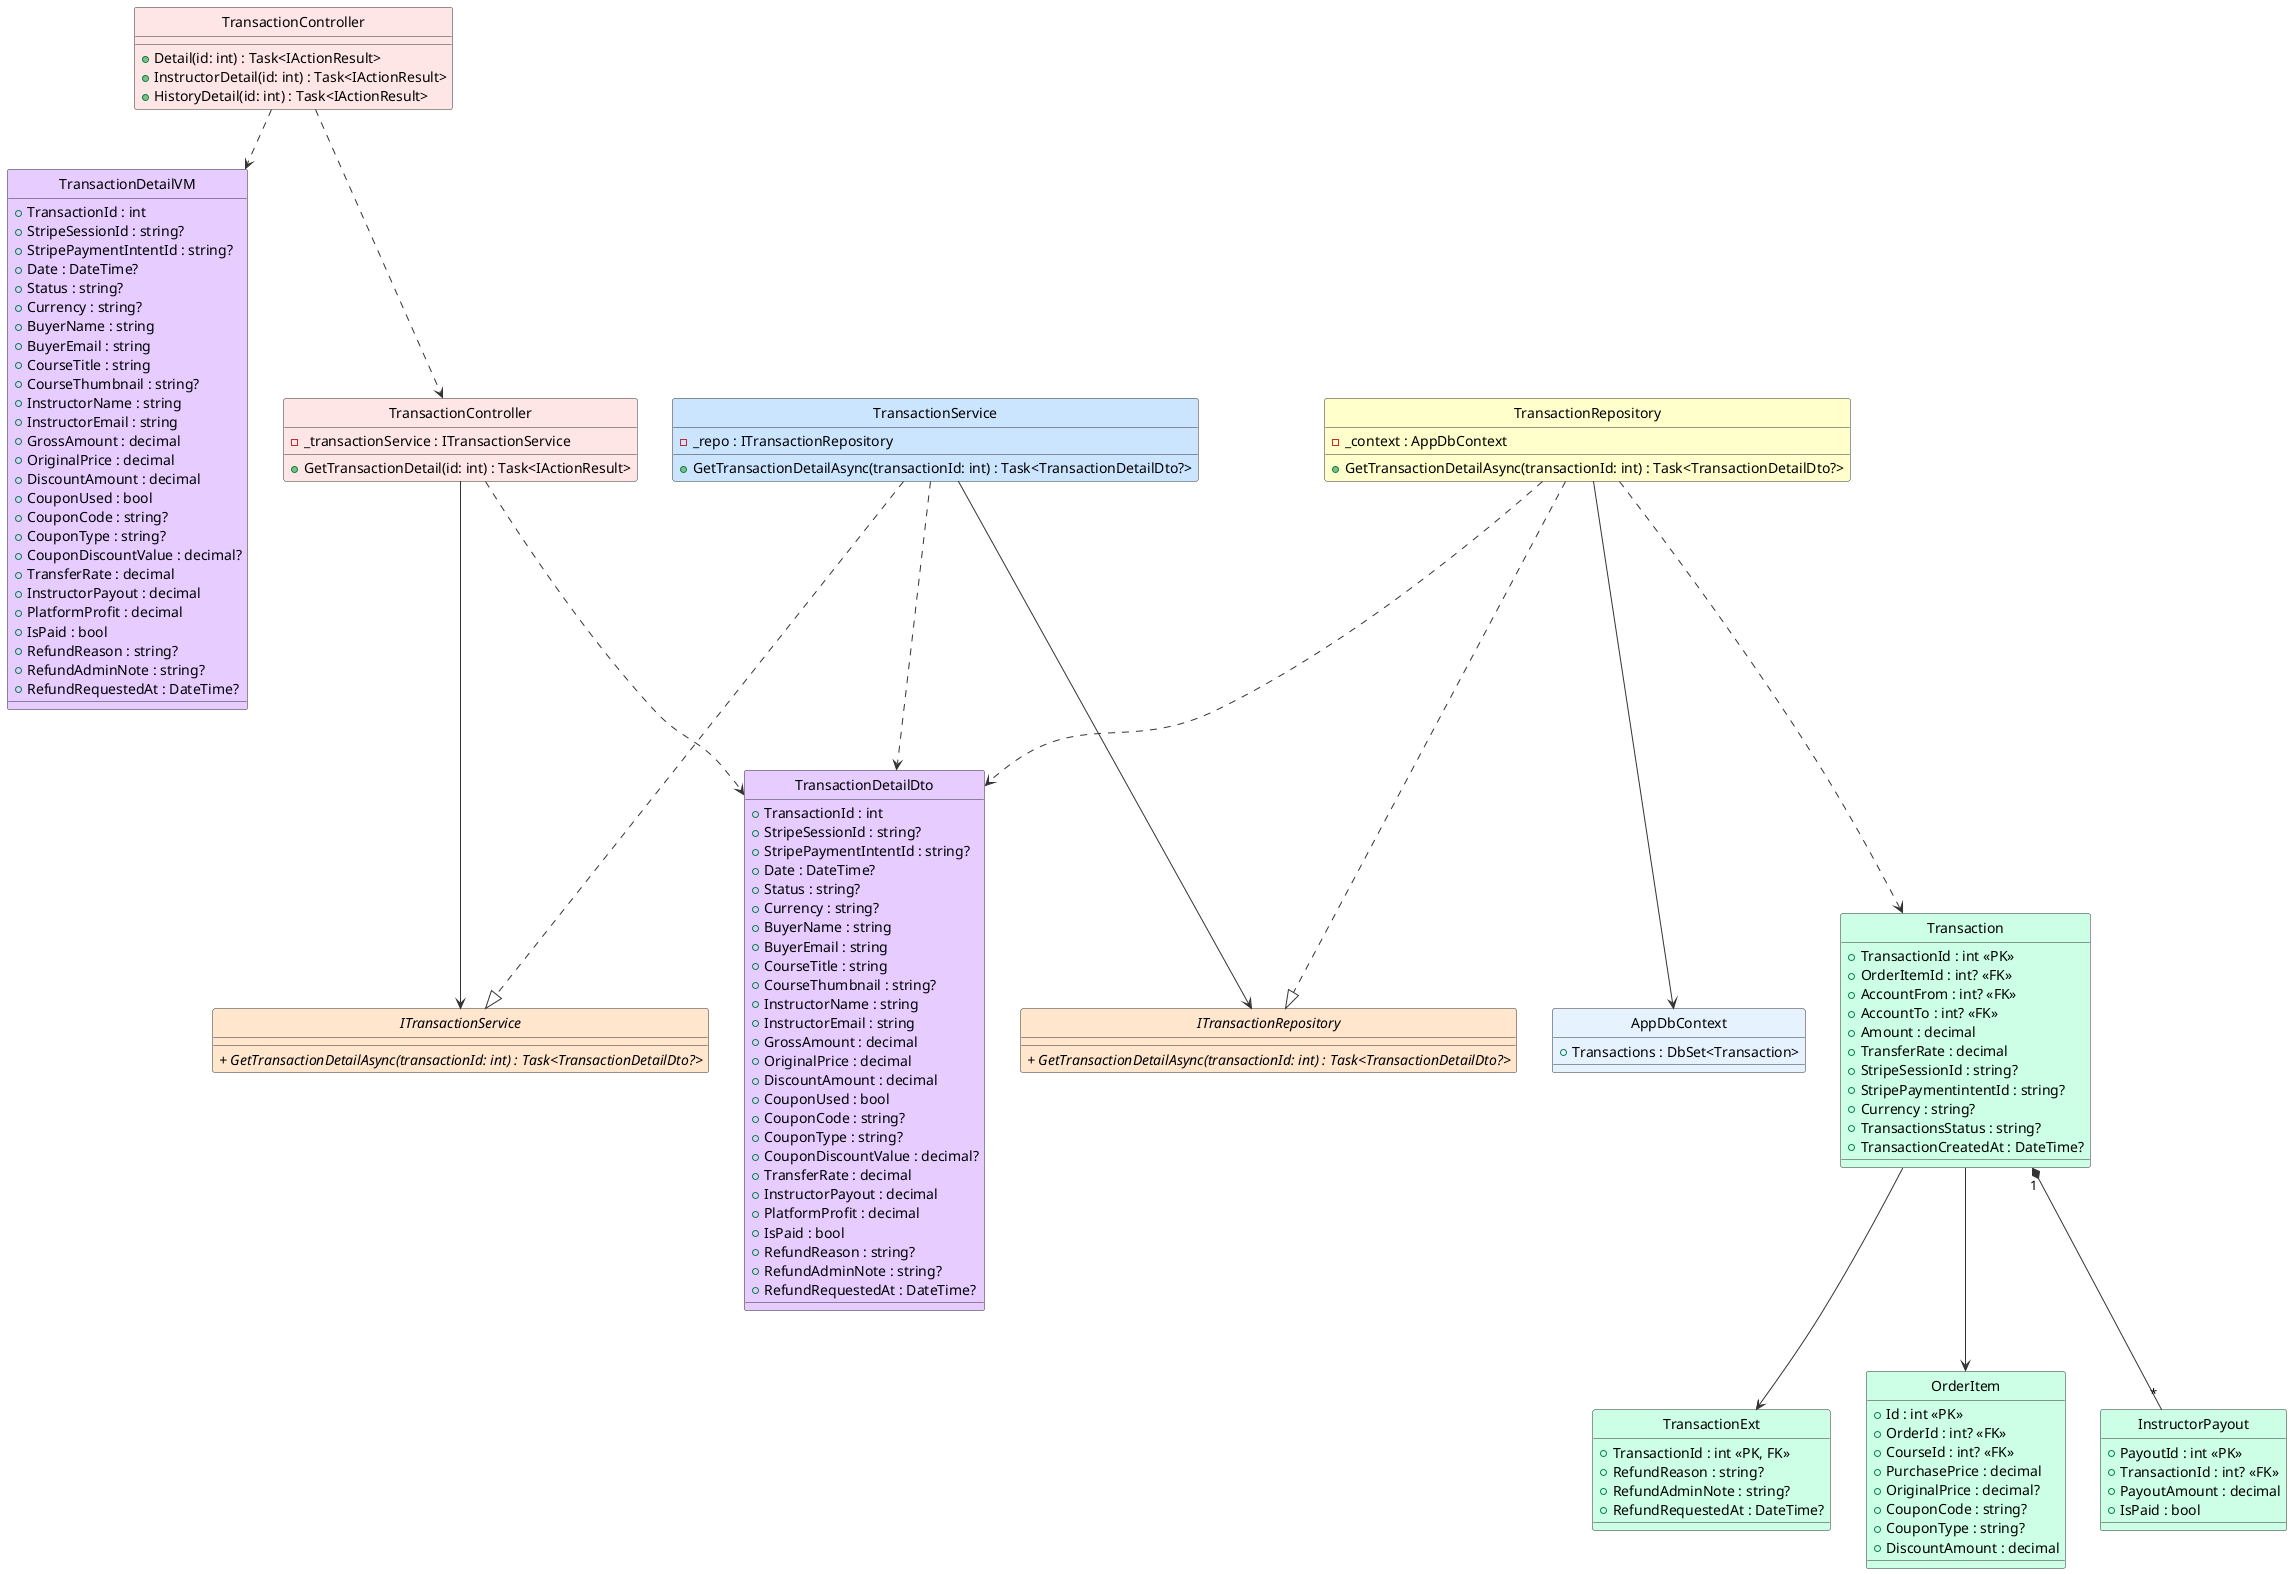
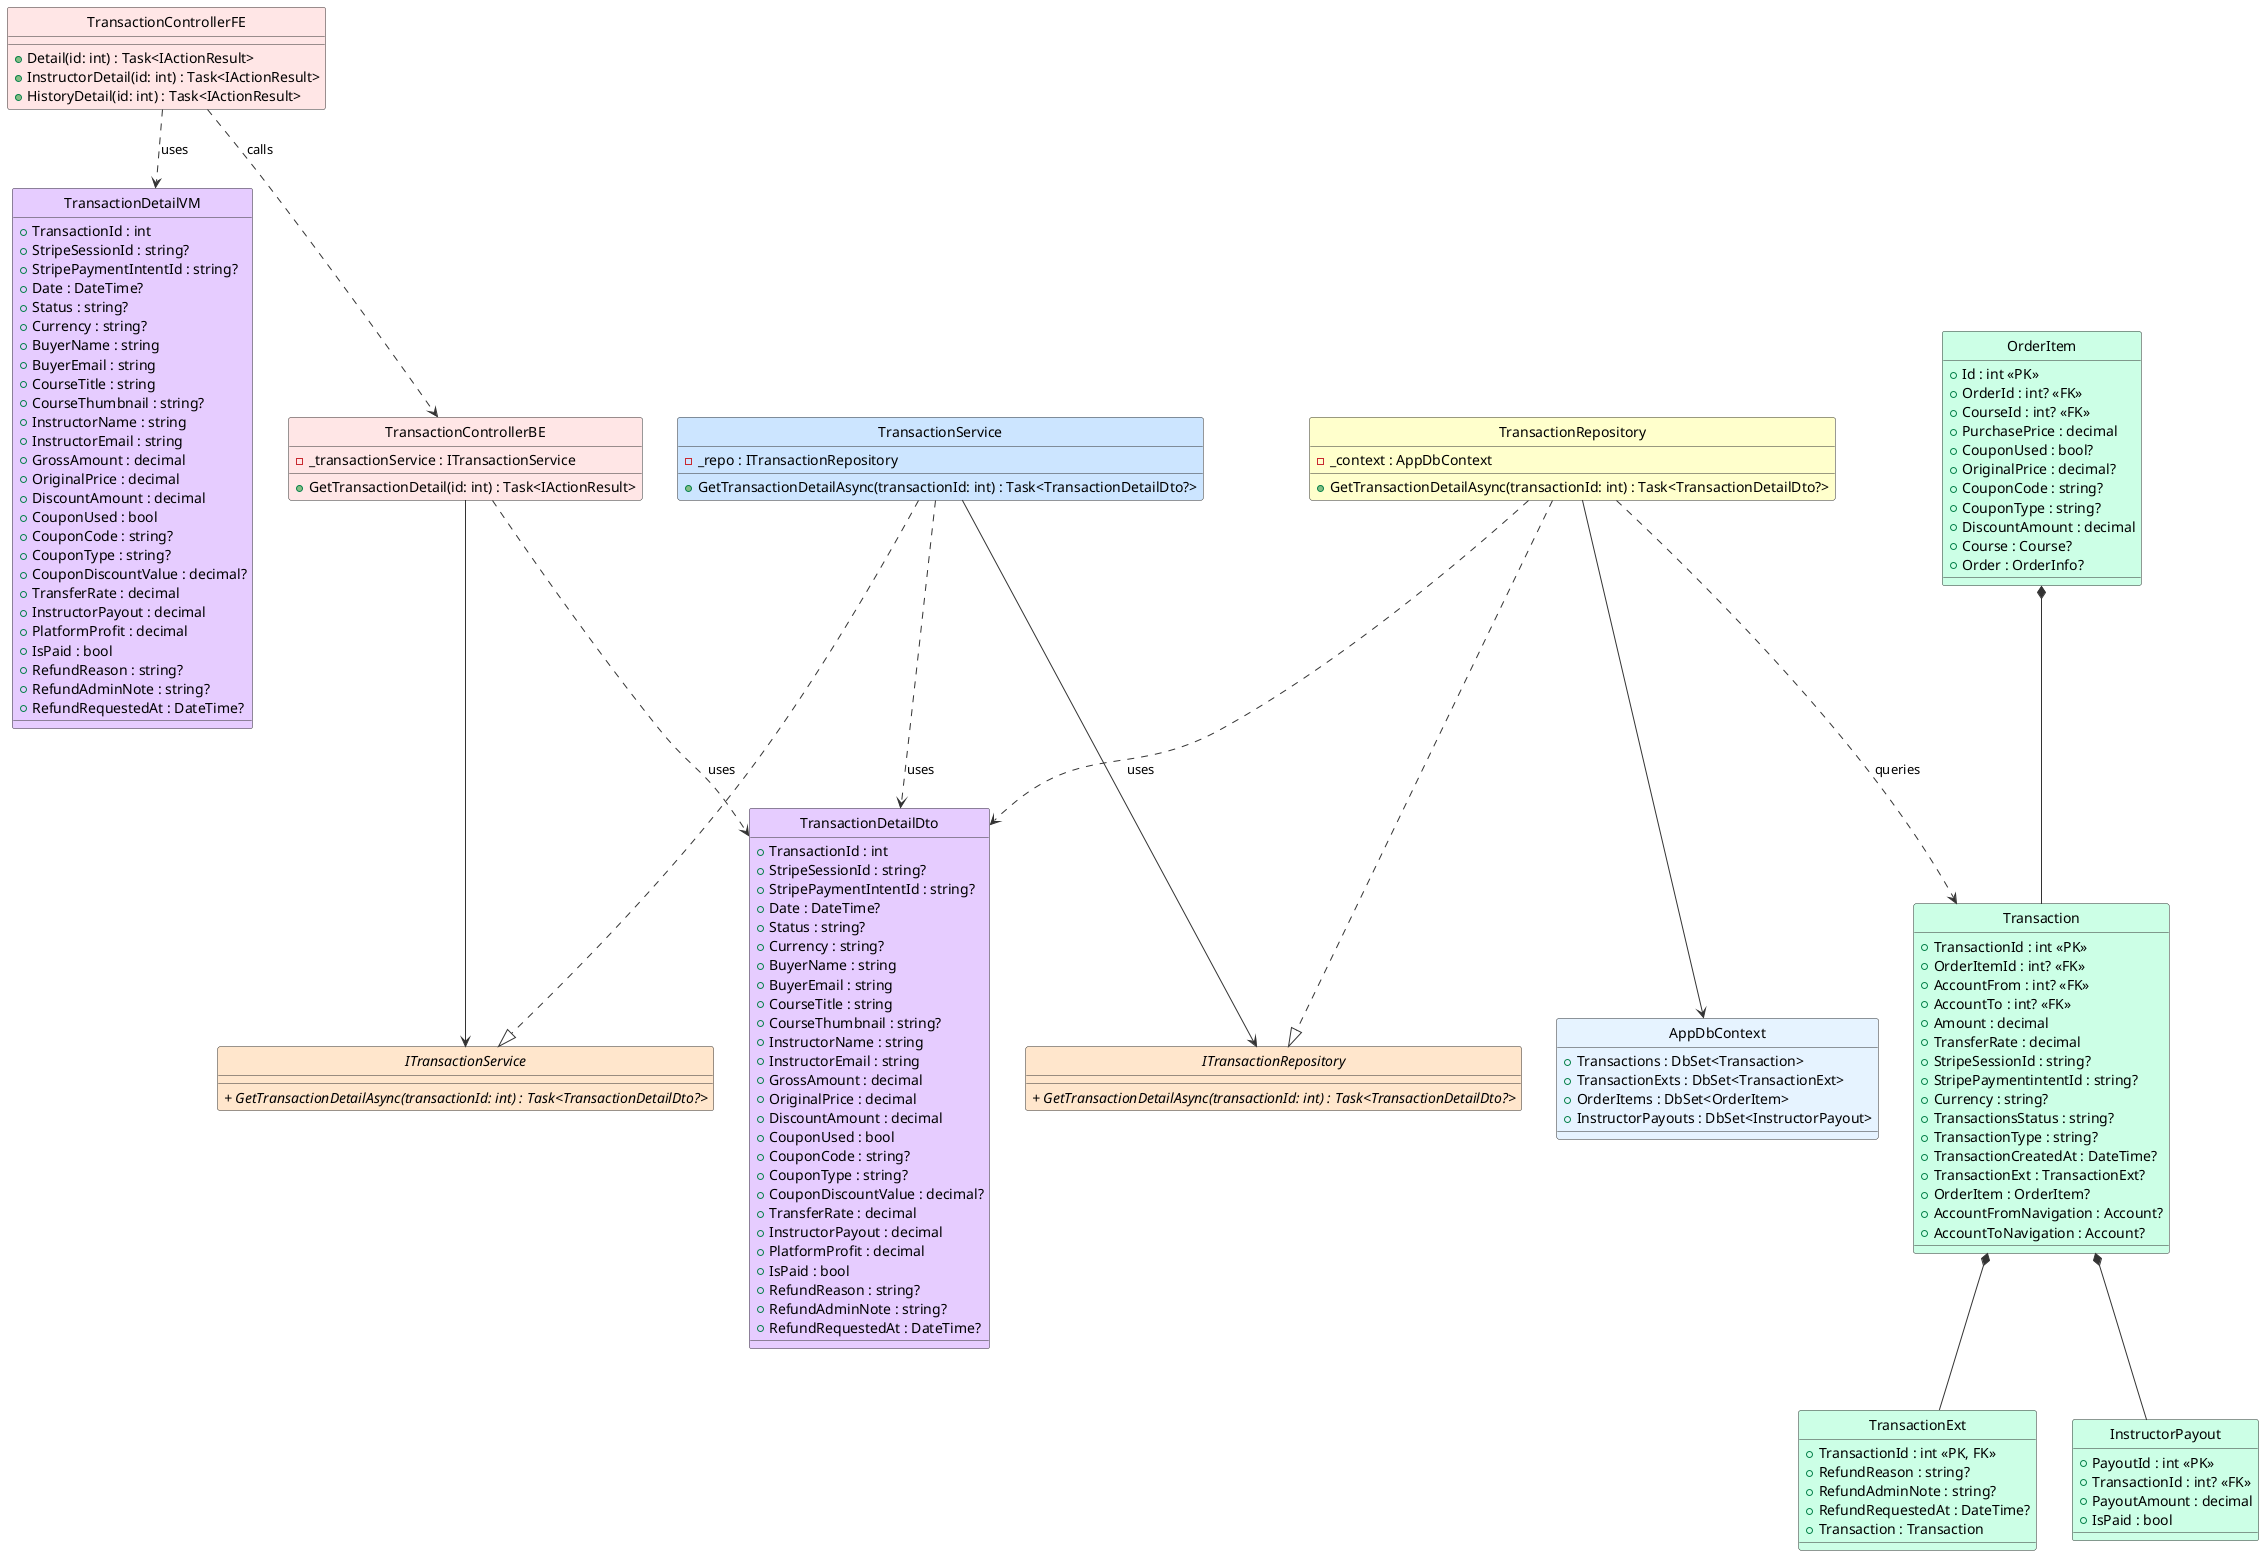
@startuml ViewTransactionDetail_ClassDiagram

' Styling & Settings
skinparam style strictuml
skinparam shadowing false
skinparam class {
    BackgroundColor White
    BorderColor #1A73E8
    ArrowColor #5F6368
}

!define ABSTRACT_COLOR #FFE6CC
!define SERVICE_COLOR #CCE5FF
!define DTO_COLOR #E6CCFF
!define ENTITY_COLOR #CCFFE6
!define REPOSITORY_COLOR #FFFFCC
!define CONTROLLER_COLOR #FFE6E6
- !define DbContext #E6F3FF

skinparam backgroundColor #FFFFFF
skinparam classBackgroundColor #F9F9F9
skinparam classBorderColor #333333
skinparam arrowColor #333333

' ==================== FRONTEND ====================

- class "TransactionController" as TransactionControllerFE #FFE6E6 {
+ class TransactionControllerFE #FFE6E6 {
    + Detail(id: int) : Task<IActionResult>
    + InstructorDetail(id: int) : Task<IActionResult>
    + HistoryDetail(id: int) : Task<IActionResult>
}

class TransactionDetailVM #E6CCFF {
    + TransactionId : int
    + StripeSessionId : string?
    + StripePaymentIntentId : string?
    + Date : DateTime?
    + Status : string?
    + Currency : string?
    + BuyerName : string
    + BuyerEmail : string
    + CourseTitle : string
    + CourseThumbnail : string?
    + InstructorName : string
    + InstructorEmail : string
    + GrossAmount : decimal
    + OriginalPrice : decimal
    + DiscountAmount : decimal
    + CouponUsed : bool
    + CouponCode : string?
    + CouponType : string?
    + CouponDiscountValue : decimal?
    + TransferRate : decimal
    + InstructorPayout : decimal
    + PlatformProfit : decimal
    + IsPaid : bool
    + RefundReason : string?
    + RefundAdminNote : string?
    + RefundRequestedAt : DateTime?
}

' ==================== BACKEND - CONTROLLER ====================

- class "TransactionController" as TransactionControllerBE #FFE6E6 {
+ class TransactionControllerBE #FFE6E6 {
    - _transactionService : ITransactionService
    + GetTransactionDetail(id: int) : Task<IActionResult>
}

' ==================== BACKEND - DTOs ====================

class TransactionDetailDto #E6CCFF {
    + TransactionId : int
    + StripeSessionId : string?
    + StripePaymentIntentId : string?
    + Date : DateTime?
    + Status : string?
    + Currency : string?
    + BuyerName : string
    + BuyerEmail : string
    + CourseTitle : string
    + CourseThumbnail : string?
    + InstructorName : string
    + InstructorEmail : string
    + GrossAmount : decimal
    + OriginalPrice : decimal
    + DiscountAmount : decimal
    + CouponUsed : bool
    + CouponCode : string?
    + CouponType : string?
    + CouponDiscountValue : decimal?
    + TransferRate : decimal
    + InstructorPayout : decimal
    + PlatformProfit : decimal
    + IsPaid : bool
    + RefundReason : string?
    + RefundAdminNote : string?
    + RefundRequestedAt : DateTime?
}

' ==================== BACKEND - DOMAIN ENTITIES ====================

class Transaction #CCFFE6 {
    + TransactionId : int <<PK>>
    + OrderItemId : int? <<FK>>
    + AccountFrom : int? <<FK>>
    + AccountTo : int? <<FK>>
    + Amount : decimal
    + TransferRate : decimal
    + StripeSessionId : string?
    + StripePaymentintentId : string?
    + Currency : string?
    + TransactionsStatus : string?
+     + TransactionType : string?
    + TransactionCreatedAt : DateTime?
+     + TransactionExt : TransactionExt?
+     + OrderItem : OrderItem?
+     + AccountFromNavigation : Account?
+     + AccountToNavigation : Account?
}

class TransactionExt #CCFFE6 {
    + TransactionId : int <<PK, FK>>
    + RefundReason : string?
    + RefundAdminNote : string?
    + RefundRequestedAt : DateTime?
+     + Transaction : Transaction
}

class OrderItem #CCFFE6 {
    + Id : int <<PK>>
    + OrderId : int? <<FK>>
    + CourseId : int? <<FK>>
    + PurchasePrice : decimal
+     + CouponUsed : bool?
    + OriginalPrice : decimal?
    + CouponCode : string?
    + CouponType : string?
    + DiscountAmount : decimal
+     + Course : Course?
+     + Order : OrderInfo?
}

class InstructorPayout #CCFFE6 {
    + PayoutId : int <<PK>>
    + TransactionId : int? <<FK>>
    + PayoutAmount : decimal
    + IsPaid : bool
}

' ==================== BACKEND - SERVICE INTERFACES ====================

interface ITransactionService #FFE6CC {
    //+ GetTransactionDetailAsync(transactionId: int) : Task<TransactionDetailDto?>//
}

' ==================== BACKEND - REPOSITORY INTERFACES ====================

interface ITransactionRepository #FFE6CC {
    //+ GetTransactionDetailAsync(transactionId: int) : Task<TransactionDetailDto?>//
}

' ==================== BACKEND - SERVICE IMPLEMENTATION ====================

class TransactionService #CCE5FF {
    - _repo : ITransactionRepository
    + GetTransactionDetailAsync(transactionId: int) : Task<TransactionDetailDto?>
}

' ==================== BACKEND - REPOSITORY IMPLEMENTATION ====================

class TransactionRepository #FFFFCC {
    - _context : AppDbContext
    + GetTransactionDetailAsync(transactionId: int) : Task<TransactionDetailDto?>
}

' ==================== BACKEND - DbContext ====================

class AppDbContext #E6F3FF {
    + Transactions : DbSet<Transaction>
+     + TransactionExts : DbSet<TransactionExt>
+     + OrderItems : DbSet<OrderItem>
+     + InstructorPayouts : DbSet<InstructorPayout>
}

' ==================== RELATIONSHIPS ====================

- ' === UNIDIRECTIONAL ASSOCIATION ===
+ ' === COMPOSITION (filled diamond) ===
+ OrderItem *-- Transaction
+ Transaction *-- TransactionExt
+ Transaction *-- InstructorPayout
+ 
+ ' === UNIDIRECTIONAL ASSOCIATION (solid arrow) ===
+ TransactionControllerFE ..> TransactionControllerBE : calls
TransactionControllerBE --> ITransactionService
TransactionService --> ITransactionRepository
TransactionRepository --> AppDbContext
- Transaction --> TransactionExt
- Transaction --> OrderItem
- Transaction "1" *-- "*" InstructorPayout

' === INTERFACE REALIZATION ===
TransactionService ..|> ITransactionService
TransactionRepository ..|> ITransactionRepository

- ' === DEPENDENCY ===
- TransactionControllerFE ..> TransactionControllerBE
- TransactionControllerFE ..> TransactionDetailVM
- TransactionControllerBE ..> TransactionDetailDto
- TransactionService ..> TransactionDetailDto
- TransactionRepository ..> TransactionDetailDto
- TransactionRepository ..> Transaction
+ ' === DEPENDENCY (dashed arrows) ===
+ TransactionControllerFE ..> TransactionDetailVM : uses
+ TransactionControllerBE ..> TransactionDetailDto : uses
+ TransactionService ..> TransactionDetailDto : uses
+ TransactionRepository ..> TransactionDetailDto : uses
+ TransactionRepository ..> Transaction : queries

@enduml
